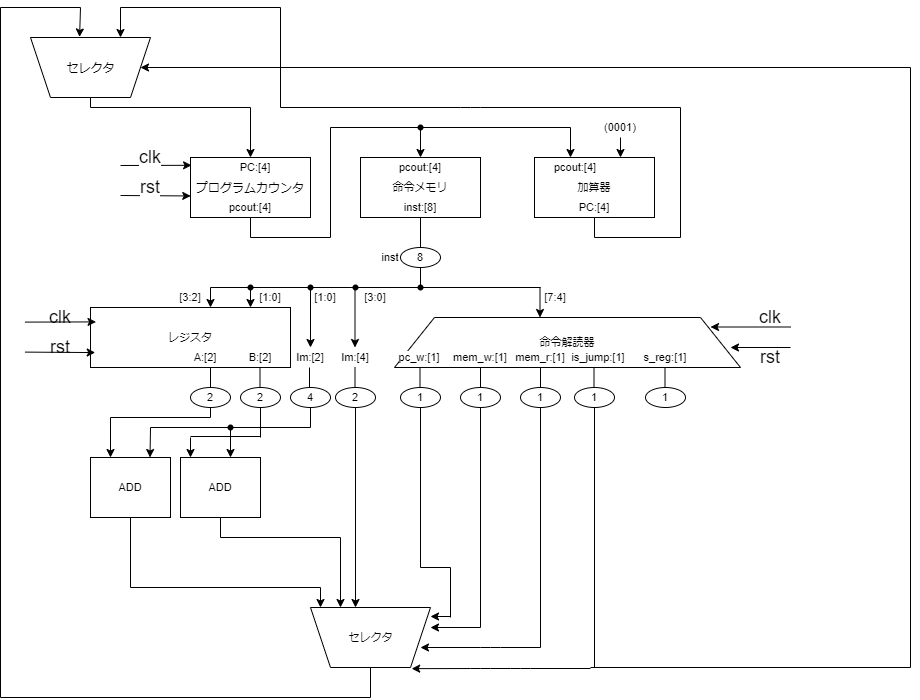
Before: cpu.png, a diagram exported from draw.io (ma2mo10/uRLTD4). Source tidied: cells renumbered, new cells last; positions are measured from the earlier drawing's top-left corner, leaving out a move shared by most shapes.
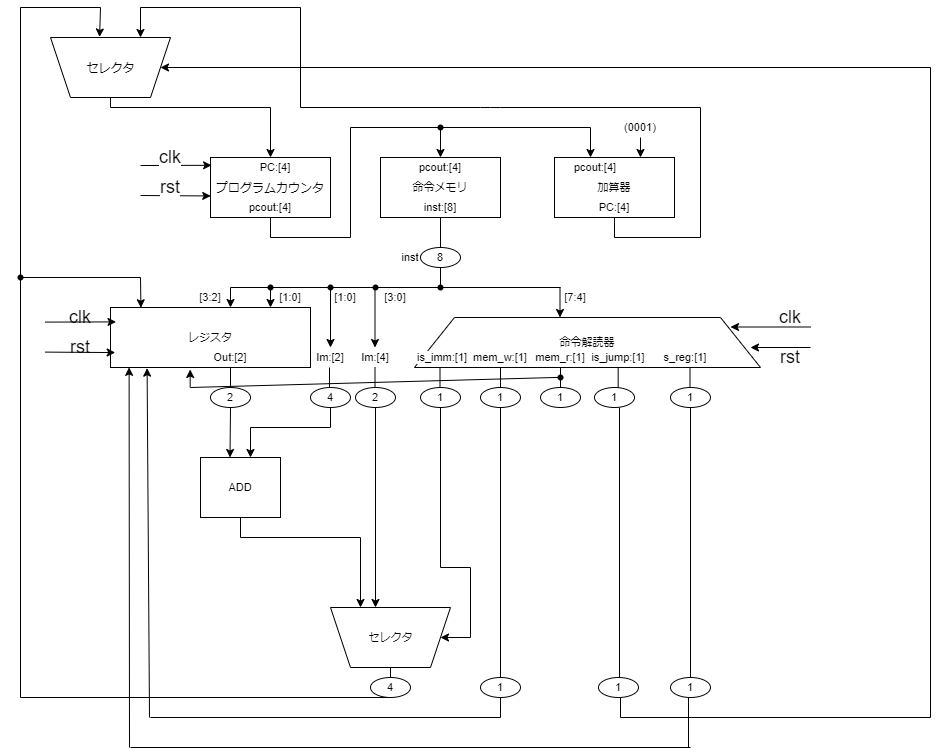
Above is the later version.

The edit, as a diff of the source:
```diff
@@ -202,8 +202,5 @@
     </mxCell>
-    <mxCell id="47" value="A:[2]" style="text;html=1;strokeColor=none;fillColor=none;align=center;verticalAlign=middle;whiteSpace=wrap;rounded=0;labelBackgroundColor=#ffffff;fontSize=11;" parent="1" vertex="1">
-      <mxGeometry x="190" y="340" width="30" height="20" as="geometry" />
+    <mxCell id="47" value="Out:[2]" style="text;html=1;strokeColor=none;fillColor=none;align=center;verticalAlign=middle;whiteSpace=wrap;rounded=0;labelBackgroundColor=#ffffff;fontSize=11;" parent="1" vertex="1">
+      <mxGeometry x="190" y="340" width="40" height="20" as="geometry" />
     </mxCell>
-    <mxCell id="48" value="B:[2]" style="text;html=1;strokeColor=none;fillColor=none;align=center;verticalAlign=middle;whiteSpace=wrap;rounded=0;labelBackgroundColor=#ffffff;fontSize=11;" parent="1" vertex="1">
-      <mxGeometry x="245" y="340" width="30" height="20" as="geometry" />
-    </mxCell>
     <mxCell id="49" value="mem_r:[1]" style="text;html=1;strokeColor=none;fillColor=none;align=center;verticalAlign=middle;whiteSpace=wrap;rounded=0;labelBackgroundColor=#ffffff;fontSize=11;" parent="1" vertex="1">
@@ -247,4 +244,4 @@
     </mxCell>
-    <mxCell id="59" value="pc_w:[1]" style="text;html=1;strokeColor=none;fillColor=none;align=center;verticalAlign=middle;whiteSpace=wrap;rounded=0;labelBackgroundColor=#ffffff;fontSize=11;" parent="1" vertex="1">
-      <mxGeometry x="394" y="340" width="50" height="20" as="geometry" />
+    <mxCell id="59" value="is_imm:[1]" style="text;html=1;strokeColor=none;fillColor=none;align=center;verticalAlign=middle;whiteSpace=wrap;rounded=0;labelBackgroundColor=#ffffff;fontSize=11;" parent="1" vertex="1">
+      <mxGeometry x="394" y="340" width="56" height="20" as="geometry" />
     </mxCell>
@@ -264,5 +261,2 @@
     </mxCell>
-    <mxCell id="64" value="ADD" style="rounded=0;whiteSpace=wrap;html=1;labelBackgroundColor=#ffffff;fontSize=11;fillColor=none;gradientColor=none;" parent="1" vertex="1">
-      <mxGeometry x="90" y="450" width="80" height="60" as="geometry" />
-    </mxCell>
     <mxCell id="65" value="2" style="ellipse;whiteSpace=wrap;html=1;labelBackgroundColor=#ffffff;fontSize=11;fillColor=none;gradientColor=none;" parent="1" vertex="1">
@@ -270,5 +264,2 @@
     </mxCell>
-    <mxCell id="66" value="2" style="ellipse;whiteSpace=wrap;html=1;labelBackgroundColor=#ffffff;fontSize=11;fillColor=none;gradientColor=none;" parent="1" vertex="1">
-      <mxGeometry x="240" y="380" width="40" height="20" as="geometry" />
-    </mxCell>
     <mxCell id="67" value="4" style="ellipse;whiteSpace=wrap;html=1;labelBackgroundColor=#ffffff;fontSize=11;fillColor=none;gradientColor=none;" parent="1" vertex="1">
@@ -292,3 +283,3 @@
     <mxCell id="73" value="1" style="ellipse;whiteSpace=wrap;html=1;labelBackgroundColor=#ffffff;fontSize=11;fillColor=none;gradientColor=none;" parent="1" vertex="1">
-      <mxGeometry x="645" y="380" width="40" height="20" as="geometry" />
+      <mxGeometry x="650" y="380" width="40" height="20" as="geometry" />
     </mxCell>
@@ -299,8 +290,2 @@
     </mxCell>
-    <mxCell id="75" style="endArrow=none;html=1;fontSize=11;exitX=0.5;exitY=0;exitDx=0;exitDy=0;" parent="1" edge="1">
-      <mxGeometry relative="1" as="geometry">
-        <mxPoint x="259.5" y="380" as="sourcePoint" />
-        <mxPoint x="259.5" y="360" as="targetPoint" />
-      </mxGeometry>
-    </mxCell>
     <mxCell id="76" style="edgeStyle=orthogonalEdgeStyle;rounded=0;orthogonalLoop=1;jettySize=auto;html=1;exitX=0.5;exitY=1;exitDx=0;exitDy=0;fontSize=11;" parent="1" edge="1" source="65" target="65">
@@ -340,4 +325,4 @@
       <mxGeometry relative="1" as="geometry">
-        <mxPoint x="593.5" y="380" as="sourcePoint" />
-        <mxPoint x="593.5" y="360" as="targetPoint" />
+        <mxPoint x="597.7" y="380" as="sourcePoint" />
+        <mxPoint x="597.7" y="360" as="targetPoint" />
       </mxGeometry>
@@ -346,4 +331,4 @@
       <mxGeometry relative="1" as="geometry">
-        <mxPoint x="664.5" y="380" as="sourcePoint" />
-        <mxPoint x="664.5" y="360" as="targetPoint" />
+        <mxPoint x="669.5" y="380" as="sourcePoint" />
+        <mxPoint x="669.5" y="360" as="targetPoint" />
       </mxGeometry>
@@ -353,7 +338,2 @@
     </mxCell>
-    <mxCell id="85" style="endArrow=classic;html=1;fontSize=11;entryX=0.25;entryY=0;entryDx=0;entryDy=0;" parent="1" edge="1" target="64">
-      <mxGeometry relative="1" as="geometry">
-        <mxPoint x="110" y="410" as="sourcePoint" />
-      </mxGeometry>
-    </mxCell>
     <mxCell id="86" style="shape=waypoint;sketch=0;fillStyle=solid;size=6;points=[];fillColor=none;perimeter=centerPerimeter;snapToPoint=1;labelBackgroundColor=#ffffff;fontSize=11;html=1;" parent="1" vertex="1">
@@ -366,4 +346,5 @@
     </mxCell>
-    <mxCell id="88" style="endArrow=none;html=1;fontSize=11;startArrow=none;" parent="1" edge="1" source="98">
+    <mxCell id="88" style="endArrow=none;html=1;fontSize=11;startArrow=none;" parent="1" edge="1">
       <mxGeometry relative="1" as="geometry">
+        <mxPoint x="230" y="420" as="sourcePoint" />
         <mxPoint x="310" y="420" as="targetPoint" />
@@ -371,23 +352,5 @@
     </mxCell>
-    <mxCell id="89" style="endArrow=classic;html=1;fontSize=11;" parent="1" edge="1">
-      <mxGeometry relative="1" as="geometry">
-        <mxPoint x="150" y="420" as="sourcePoint" />
-        <mxPoint x="149.5" y="450" as="targetPoint" />
-      </mxGeometry>
-    </mxCell>
-    <mxCell id="90" style="endArrow=none;html=1;fontSize=11;entryX=0.5;entryY=1;entryDx=0;entryDy=0;" parent="1" edge="1" target="66">
-      <mxGeometry relative="1" as="geometry">
-        <mxPoint x="260" y="430" as="sourcePoint" />
-      </mxGeometry>
-    </mxCell>
-    <mxCell id="91" style="endArrow=none;html=1;fontSize=11;" parent="1" edge="1">
-      <mxGeometry relative="1" as="geometry">
-        <mxPoint x="190" y="429" as="sourcePoint" />
-        <mxPoint x="260" y="429" as="targetPoint" />
-      </mxGeometry>
-    </mxCell>
-    <mxCell id="92" style="endArrow=classic;html=1;fontSize=11;" parent="1" edge="1">
+    <mxCell id="92" style="endArrow=classic;html=1;fontSize=11;exitX=0.5;exitY=1;exitDx=0;exitDy=0;" parent="1" edge="1" source="65">
       <mxGeometry relative="1" as="geometry">
-        <mxPoint x="190" y="430" as="sourcePoint" />
-        <mxPoint x="190" y="450" as="targetPoint" />
+        <mxPoint x="209.5" y="450" as="targetPoint" />
       </mxGeometry>
@@ -399,10 +362,5 @@
     </mxCell>
-    <mxCell id="94" style="endArrow=none;html=1;fontSize=11;" parent="1" edge="1">
-      <mxGeometry relative="1" as="geometry">
-        <mxPoint x="150" y="420" as="sourcePoint" />
-        <mxPoint x="230" y="420" as="targetPoint" />
-      </mxGeometry>
-    </mxCell>
-    <mxCell id="95" style="endArrow=classic;html=1;fontSize=11;startArrow=none;" parent="1" edge="1" source="98">
+    <mxCell id="95" style="endArrow=classic;html=1;fontSize=11;startArrow=none;" parent="1" edge="1">
       <mxGeometry relative="1" as="geometry">
+        <mxPoint x="230" y="420" as="sourcePoint" />
         <mxPoint x="230" y="450" as="targetPoint" />
@@ -410,19 +368,6 @@
     </mxCell>
-    <mxCell id="96" style="endArrow=none;html=1;fontSize=11;entryX=0.5;entryY=1;entryDx=0;entryDy=0;" parent="1" edge="1" target="65">
-      <mxGeometry relative="1" as="geometry">
-        <mxPoint x="210" y="410" as="sourcePoint" />
-      </mxGeometry>
-    </mxCell>
-    <mxCell id="97" style="endArrow=none;html=1;fontSize=11;" parent="1" edge="1">
-      <mxGeometry relative="1" as="geometry">
-        <mxPoint x="110" y="410" as="sourcePoint" />
-        <mxPoint x="210" y="410" as="targetPoint" />
-      </mxGeometry>
-    </mxCell>
-    <mxCell id="98" style="shape=waypoint;sketch=0;fillStyle=solid;size=6;points=[];fillColor=none;perimeter=centerPerimeter;snapToPoint=1;labelBackgroundColor=#ffffff;fontSize=11;html=1;" parent="1" vertex="1">
-      <mxGeometry x="210" y="400" width="40" height="40" as="geometry" />
-    </mxCell>
-    <mxCell id="99" style="endArrow=none;html=1;fontSize=11;" parent="1" edge="1" target="98">
+    <mxCell id="99" style="endArrow=none;html=1;fontSize=11;" parent="1" edge="1">
       <mxGeometry relative="1" as="geometry">
         <mxPoint x="230" y="420" as="sourcePoint" />
+        <mxPoint x="230" y="420" as="targetPoint" />
       </mxGeometry>
@@ -435,7 +380,2 @@
     </mxCell>
-    <mxCell id="102" style="endArrow=none;html=1;fontSize=11;entryX=0.5;entryY=1;entryDx=0;entryDy=0;" parent="1" edge="1" target="64">
-      <mxGeometry relative="1" as="geometry">
-        <mxPoint x="130" y="580" as="sourcePoint" />
-      </mxGeometry>
-    </mxCell>
     <mxCell id="103" style="endArrow=none;html=1;fontSize=11;entryX=0.5;entryY=1;entryDx=0;entryDy=0;" parent="1" edge="1" target="84">
@@ -445,8 +385,2 @@
     </mxCell>
-    <mxCell id="104" style="endArrow=none;html=1;fontSize=11;" parent="1" edge="1">
-      <mxGeometry relative="1" as="geometry">
-        <mxPoint x="130" y="580" as="sourcePoint" />
-        <mxPoint x="320" y="580" as="targetPoint" />
-      </mxGeometry>
-    </mxCell>
     <mxCell id="105" style="endArrow=none;html=1;fontSize=11;" parent="1" edge="1">
@@ -457,8 +391,2 @@
     </mxCell>
-    <mxCell id="106" style="endArrow=classic;html=1;fontSize=11;" parent="1" edge="1">
-      <mxGeometry relative="1" as="geometry">
-        <mxPoint x="320" y="580" as="sourcePoint" />
-        <mxPoint x="320" y="600" as="targetPoint" />
-      </mxGeometry>
-    </mxCell>
     <mxCell id="107" style="endArrow=classic;html=1;fontSize=11;" parent="1" edge="1">
@@ -515,59 +443,7 @@
     </mxCell>
-    <mxCell id="118" style="endArrow=classic;html=1;" parent="1" edge="1">
-      <mxGeometry relative="1" as="geometry">
-        <mxPoint x="450" y="609" as="sourcePoint" />
-        <mxPoint x="430" y="609" as="targetPoint" />
-      </mxGeometry>
-    </mxCell>
-    <mxCell id="119" style="endArrow=classic;html=1;" parent="1" edge="1">
-      <mxGeometry relative="1" as="geometry">
-        <mxPoint x="480" y="620" as="sourcePoint" />
-        <mxPoint x="430" y="620" as="targetPoint" />
-      </mxGeometry>
-    </mxCell>
-    <mxCell id="120" style="endArrow=classic;html=1;" parent="1" edge="1">
-      <mxGeometry relative="1" as="geometry">
-        <mxPoint x="540" y="640" as="sourcePoint" />
-        <mxPoint x="420" y="640" as="targetPoint" />
-        <Array as="points">
-          <mxPoint x="490" y="640" />
-        </Array>
-      </mxGeometry>
-    </mxCell>
-    <mxCell id="121" style="endArrow=none;html=1;" parent="1" edge="1">
-      <mxGeometry relative="1" as="geometry">
-        <mxPoint x="420" y="560" as="sourcePoint" />
-        <mxPoint x="450" y="560" as="targetPoint" />
-      </mxGeometry>
-    </mxCell>
-    <mxCell id="122" style="endArrow=none;html=1;" parent="1" edge="1">
-      <mxGeometry relative="1" as="geometry">
-        <mxPoint x="450" y="610" as="sourcePoint" />
-        <mxPoint x="450" y="560" as="targetPoint" />
-      </mxGeometry>
-    </mxCell>
-    <mxCell id="123" style="endArrow=none;html=1;entryX=0.5;entryY=1;entryDx=0;entryDy=0;" parent="1" edge="1" target="70">
-      <mxGeometry relative="1" as="geometry">
-        <mxPoint x="480" y="620" as="sourcePoint" />
-      </mxGeometry>
-    </mxCell>
-    <mxCell id="124" style="endArrow=none;html=1;entryX=0.5;entryY=1;entryDx=0;entryDy=0;" parent="1" edge="1" target="71">
-      <mxGeometry relative="1" as="geometry">
-        <mxPoint x="540" y="640" as="sourcePoint" />
-      </mxGeometry>
-    </mxCell>
-    <mxCell id="125" style="endArrow=none;html=1;entryX=0.5;entryY=1;entryDx=0;entryDy=0;" parent="1" edge="1" target="72">
+    <mxCell id="125" style="endArrow=none;html=1;entryX=0.625;entryY=1.002;entryDx=0;entryDy=0;entryPerimeter=0;" parent="1" edge="1" target="72">
       <mxGeometry relative="1" as="geometry">
-        <mxPoint x="594" y="660" as="sourcePoint" />
+        <mxPoint x="599" y="670" as="sourcePoint" />
       </mxGeometry>
     </mxCell>
-    <mxCell id="126" style="endArrow=classic;html=1;entryX=0.157;entryY=-0.019;entryDx=0;entryDy=0;entryPerimeter=0;" parent="1" edge="1" target="100">
-      <mxGeometry relative="1" as="geometry">
-        <mxPoint x="590" y="661" as="sourcePoint" />
-        <Array as="points">
-          <mxPoint x="520" y="661" />
-          <mxPoint x="480" y="661" />
-        </Array>
-      </mxGeometry>
-    </mxCell>
     <mxCell id="127" style="shape=trapezoid;perimeter=trapezoidPerimeter;whiteSpace=wrap;html=1;fixedSize=1;rotation=-180;shadow=0;" parent="1" vertex="1">
@@ -577,4 +453,4 @@
       <mxGeometry relative="1" as="geometry">
-        <mxPoint x="590" y="660" as="sourcePoint" />
-        <mxPoint x="910" y="660" as="targetPoint" />
+        <mxPoint x="600" y="710" as="sourcePoint" />
+        <mxPoint x="910" y="710" as="targetPoint" />
       </mxGeometry>
@@ -583,3 +459,3 @@
       <mxGeometry relative="1" as="geometry">
-        <mxPoint x="910" y="660" as="sourcePoint" />
+        <mxPoint x="910" y="710" as="sourcePoint" />
         <mxPoint x="910" y="60" as="targetPoint" />
@@ -601,5 +477,4 @@
     </mxCell>
-    <mxCell id="133" style="endArrow=none;html=1;" parent="1" edge="1">
+    <mxCell id="133" style="endArrow=none;html=1;startArrow=none;" parent="1" edge="1" source="158">
       <mxGeometry relative="1" as="geometry">
-        <mxPoint x="370" y="690" as="sourcePoint" />
         <mxPoint x="370" y="660" as="targetPoint" />
@@ -654,2 +529,115 @@
     </mxCell>
+    <mxCell id="142" style="endArrow=classic;html=1;entryX=0.093;entryY=0.998;entryDx=0;entryDy=0;entryPerimeter=0;" parent="1" edge="1" target="34">
+      <mxGeometry relative="1" as="geometry">
+        <mxPoint x="109" y="740" as="sourcePoint" />
+      </mxGeometry>
+    </mxCell>
+    <mxCell id="143" style="endArrow=none;html=1;" parent="1" edge="1">
+      <mxGeometry relative="1" as="geometry">
+        <mxPoint x="420" y="560" as="sourcePoint" />
+        <mxPoint x="450" y="560" as="targetPoint" />
+      </mxGeometry>
+    </mxCell>
+    <mxCell id="144" style="endArrow=classic;html=1;entryX=0;entryY=0.5;entryDx=0;entryDy=0;" parent="1" edge="1" target="100">
+      <mxGeometry relative="1" as="geometry">
+        <mxPoint x="450" y="630" as="sourcePoint" />
+      </mxGeometry>
+    </mxCell>
+    <mxCell id="145" style="endArrow=none;html=1;" parent="1" edge="1">
+      <mxGeometry relative="1" as="geometry">
+        <mxPoint x="450" y="630" as="sourcePoint" />
+        <mxPoint x="450" y="560" as="targetPoint" />
+      </mxGeometry>
+    </mxCell>
+    <mxCell id="146" style="endArrow=none;html=1;" parent="1" edge="1">
+      <mxGeometry relative="1" as="geometry">
+        <mxPoint x="110" y="740" as="sourcePoint" />
+        <mxPoint x="670" y="740" as="targetPoint" />
+      </mxGeometry>
+    </mxCell>
+    <mxCell id="147" style="endArrow=none;html=1;entryX=0.5;entryY=1;entryDx=0;entryDy=0;exitX=0.5;exitY=0;exitDx=0;exitDy=0;" parent="1" edge="1" source="164" target="73">
+      <mxGeometry relative="1" as="geometry" />
+    </mxCell>
+    <mxCell id="148" style="endArrow=none;html=1;" parent="1" edge="1">
+      <mxGeometry relative="1" as="geometry">
+        <mxPoint x="170" y="380" as="sourcePoint" />
+        <mxPoint x="540" y="369.8" as="targetPoint" />
+      </mxGeometry>
+    </mxCell>
+    <mxCell id="149" style="shape=waypoint;sketch=0;fillStyle=solid;size=6;fillColor=none;perimeter=centerPerimeter;shadow=0;" parent="1" vertex="1">
+      <mxGeometry x="520" y="350" width="40" height="40" as="geometry" />
+    </mxCell>
+    <mxCell id="150" style="endArrow=classic;html=1;" parent="1" edge="1">
+      <mxGeometry relative="1" as="geometry">
+        <mxPoint x="169.7" y="380" as="sourcePoint" />
+        <mxPoint x="169.7" y="362" as="targetPoint" />
+      </mxGeometry>
+    </mxCell>
+    <mxCell id="151" style="endArrow=classic;html=1;entryX=0.183;entryY=1.011;entryDx=0;entryDy=0;entryPerimeter=0;" parent="1" edge="1" target="34">
+      <mxGeometry relative="1" as="geometry">
+        <mxPoint x="129" y="710" as="sourcePoint" />
+      </mxGeometry>
+    </mxCell>
+    <mxCell id="152" style="endArrow=none;html=1;" parent="1" edge="1">
+      <mxGeometry relative="1" as="geometry">
+        <mxPoint x="130" y="710" as="sourcePoint" />
+        <mxPoint x="480" y="710" as="targetPoint" />
+      </mxGeometry>
+    </mxCell>
+    <mxCell id="153" style="endArrow=none;html=1;entryX=0.5;entryY=1;entryDx=0;entryDy=0;exitX=0.5;exitY=0;exitDx=0;exitDy=0;" parent="1" edge="1" source="162" target="70">
+      <mxGeometry relative="1" as="geometry" />
+    </mxCell>
+    <mxCell id="154" style="endArrow=none;html=1;startArrow=none;" parent="1" edge="1" source="155">
+      <mxGeometry relative="1" as="geometry">
+        <mxPoint x="120" y="270" as="targetPoint" />
+      </mxGeometry>
+    </mxCell>
+    <mxCell id="155" style="shape=waypoint;sketch=0;fillStyle=solid;size=6;points=[];fillColor=none;perimeter=centerPerimeter;snapToPoint=1;shadow=0;" parent="1" vertex="1">
+      <mxGeometry x="-20" y="250" width="40" height="40" as="geometry" />
+    </mxCell>
+    <mxCell id="156" style="endArrow=none;html=1;" parent="1" edge="1" target="155">
+      <mxGeometry relative="1" as="geometry">
+        <mxPoint y="270" as="sourcePoint" />
+      </mxGeometry>
+    </mxCell>
+    <mxCell id="157" style="endArrow=classic;html=1;entryX=0.152;entryY=0.004;entryDx=0;entryDy=0;entryPerimeter=0;" parent="1" edge="1" target="34">
+      <mxGeometry relative="1" as="geometry">
+        <mxPoint x="120" y="270" as="sourcePoint" />
+      </mxGeometry>
+    </mxCell>
+    <mxCell id="158" value="4" style="ellipse;whiteSpace=wrap;html=1;labelBackgroundColor=#ffffff;fontSize=11;fillColor=none;gradientColor=none;" parent="1" vertex="1">
+      <mxGeometry x="350" y="670" width="40" height="20" as="geometry" />
+    </mxCell>
+    <mxCell id="159" style="endArrow=none;html=1;" parent="1" edge="1" target="158">
+      <mxGeometry relative="1" as="geometry">
+        <mxPoint x="370" y="690" as="sourcePoint" />
+      </mxGeometry>
+    </mxCell>
+    <mxCell id="160" value="1" style="ellipse;whiteSpace=wrap;html=1;labelBackgroundColor=#ffffff;fontSize=11;fillColor=none;gradientColor=none;" parent="1" vertex="1">
+      <mxGeometry x="578" y="670" width="40" height="20" as="geometry" />
+    </mxCell>
+    <mxCell id="161" style="endArrow=none;html=1;" parent="1" edge="1">
+      <mxGeometry relative="1" as="geometry">
+        <mxPoint x="600" y="710" as="sourcePoint" />
+        <mxPoint x="600" y="690" as="targetPoint" />
+      </mxGeometry>
+    </mxCell>
+    <mxCell id="162" value="1" style="ellipse;whiteSpace=wrap;html=1;labelBackgroundColor=#ffffff;fontSize=11;fillColor=none;gradientColor=none;" parent="1" vertex="1">
+      <mxGeometry x="460" y="670" width="40" height="20" as="geometry" />
+    </mxCell>
+    <mxCell id="163" style="endArrow=none;html=1;" parent="1" edge="1">
+      <mxGeometry relative="1" as="geometry">
+        <mxPoint x="480" y="710" as="sourcePoint" />
+        <mxPoint x="480" y="690" as="targetPoint" />
+      </mxGeometry>
+    </mxCell>
+    <mxCell id="164" value="1" style="ellipse;whiteSpace=wrap;html=1;labelBackgroundColor=#ffffff;fontSize=11;fillColor=none;gradientColor=none;" parent="1" vertex="1">
+      <mxGeometry x="650" y="670" width="40" height="20" as="geometry" />
+    </mxCell>
+    <mxCell id="165" style="endArrow=none;html=1;" parent="1" edge="1">
+      <mxGeometry relative="1" as="geometry">
+        <mxPoint x="668" y="740" as="sourcePoint" />
+        <mxPoint x="668" y="690" as="targetPoint" />
+      </mxGeometry>
+    </mxCell>
   </root>
```
